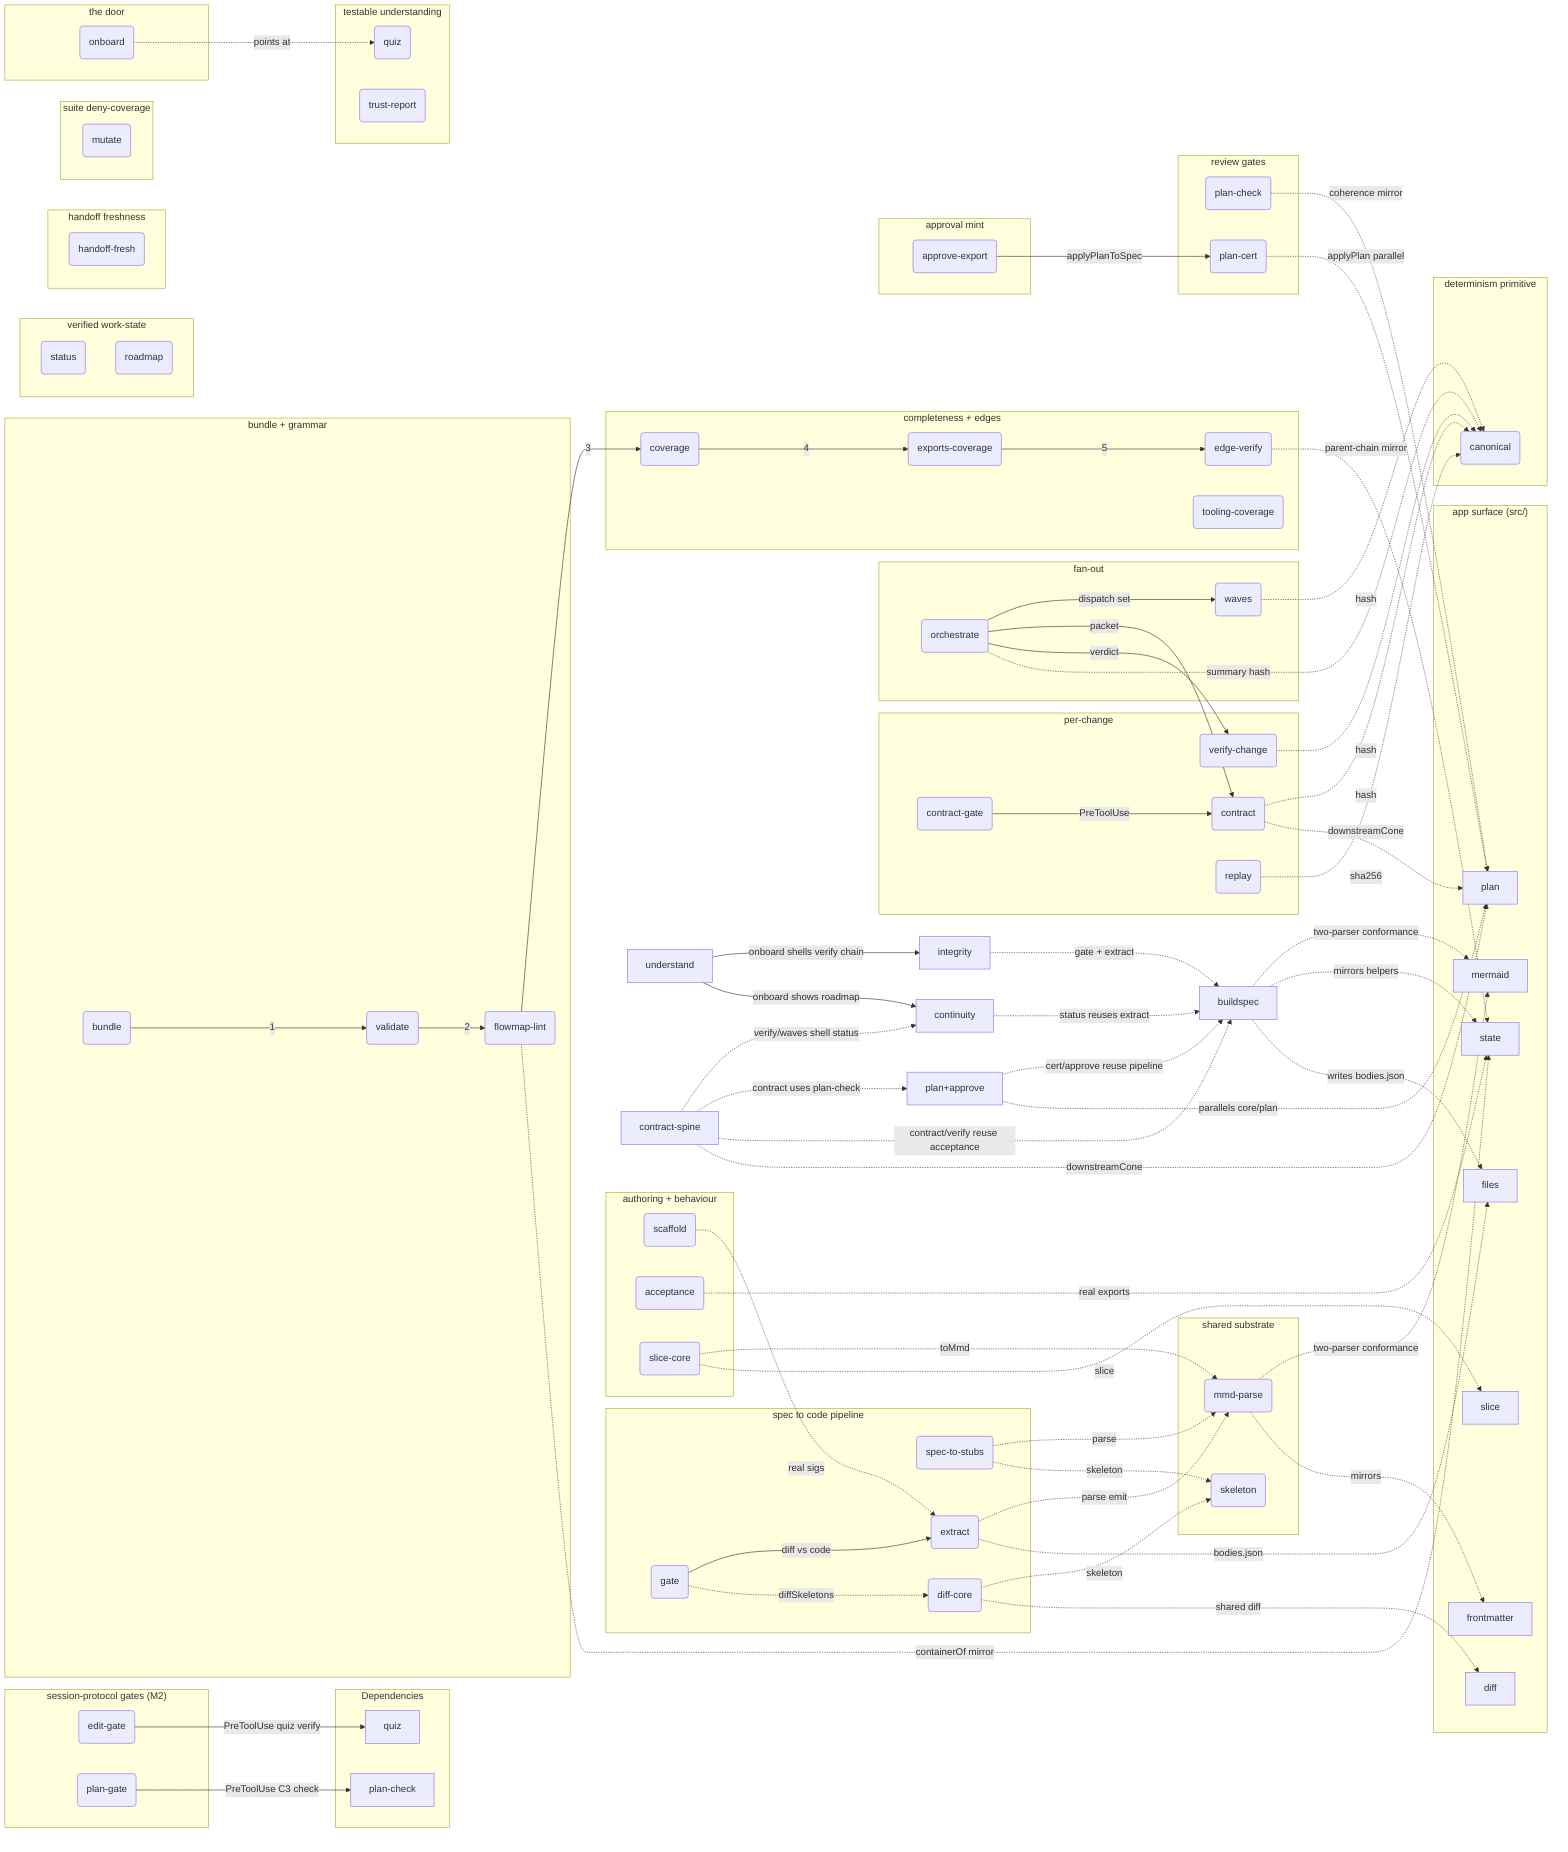
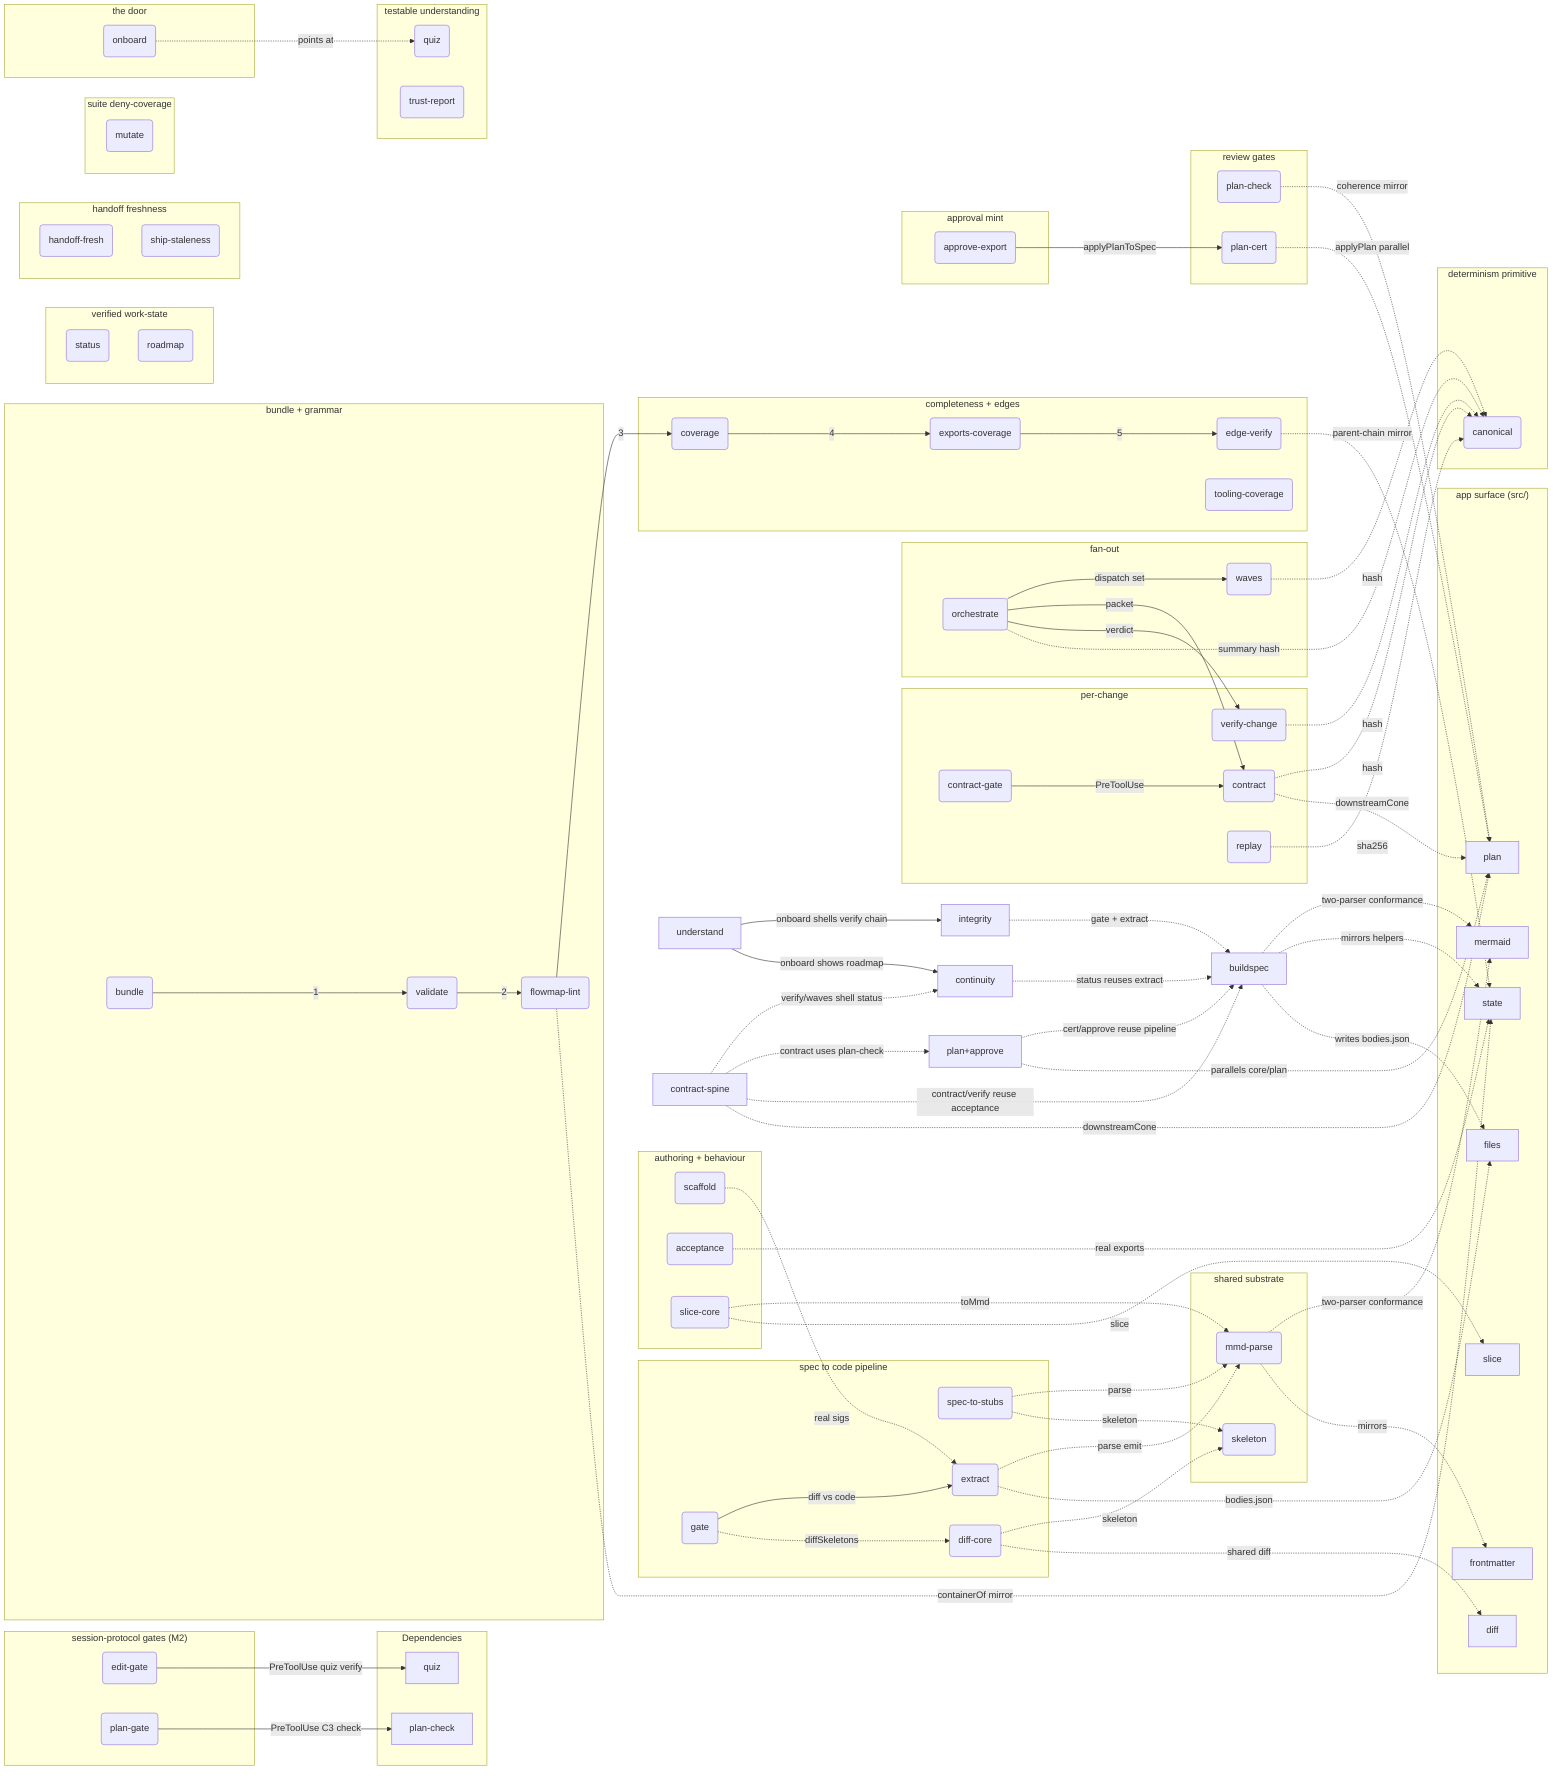
flowchart LR
%% AUTO-GENERATED BUNDLE — do not edit. Edit the per-folder fragments and re-bundle.
%% root flowmapBuildspec

%% fm:meta mermaid name=mermaid
%% fm:meta mermaid desc=app serializer/parser the tooling parser must agree with (two-parser conformance A3)
%% fm:meta frontmatter name=frontmatter
%% fm:meta frontmatter desc=app frontmatter model the tooling parser and skeleton mirror
%% fm:meta state name=state
%% fm:meta state desc=app model and geometry helpers the tooling mirrors and runs acceptance cases against
%% fm:meta files name=files
%% fm:meta files desc=app file IO that consumes the bodies.json the extractor writes
%% fm:meta diff name=diff
%% fm:meta diff desc=app semantic diff whose engine the tooling diff-core shares
%% fm:meta slice name=slice
%% fm:meta slice desc=app neighbourhood slice whose engine the tooling slice-core mirrors
%% fm:meta plan name=plan
%% fm:meta plan desc=app plan overlay model the tooling plan/cert/contract tools parallel and route into
%% fm:meta flowmapBuildspec__mmdParse name=mmd-parse
%% fm:meta flowmapBuildspec__mmdParse desc=zero-dep parser and serializer for the .mmd dialect every tool imports
%% fm:meta flowmapBuildspec__skeleton name=skeleton
%% fm:meta flowmapBuildspec__skeleton desc=canonical contract skeleton of a node plus all type normalization
%% fm:meta flowmapBuildspec__specToStubs name=spec-to-stubs
%% fm:meta flowmapBuildspec__specToStubs desc=step 1 emit TS stubs and contracts so interface drift becomes a tsc error
%% fm:meta flowmapBuildspec__extract name=extract
%% fm:meta flowmapBuildspec__extract desc=step 2 ts-morph walks src and re-serializes real code into a map plus bodies.json
%% fm:meta flowmapBuildspec__diffCore name=diff-core
%% fm:meta flowmapBuildspec__diffCore desc=pure structural diff between two skeleton maps categorizing every mismatch
%% fm:meta flowmapBuildspec__gate name=gate
%% fm:meta flowmapBuildspec__gate desc=step 3 diff committed spec against extracted code and exit non-zero on drift
%% fm:meta flowmapBuildspec__scaffold name=scaffold
%% fm:meta flowmapBuildspec__scaffold desc=author aid init backfill signatures and append plan nodes to fragments
%% fm:meta flowmapBuildspec__acceptance name=acceptance
%% fm:meta flowmapBuildspec__acceptance desc=Keystone 2 run behavioural cases against real src exports to prove correctness
%% fm:meta flowmapBuildspec__sliceCore name=slice-core
%% fm:meta flowmapBuildspec__sliceCore desc=pure model slicer reducing a parsed map to a seed node neighbourhood
%% fm:meta flowmapContinuity__status name=status
%% fm:meta flowmapContinuity__status desc=verified work-state compare a plan proposed signatures against live code built pending drifted missing
%% fm:meta flowmapContinuity__roadmap name=roadmap
%% fm:meta flowmapContinuity__roadmap desc=compute roadmap phase status from predicates and audit the no prose status ban
%% fm:meta flowmapContinuity__handoff name=handoff-fresh
%% fm:meta flowmapContinuity__handoff desc=detect when the handoff lags commits and falsify not yet committed prose claims
+ %% fm:meta flowmapContinuity__shipStaleness name=ship-staleness
+ %% fm:meta flowmapContinuity__shipStaleness desc=Stop hook block a session end while the shipped map lags src demanding flowmap ship
%% fm:meta flowmapContractSpine__canonical name=canonical
%% fm:meta flowmapContractSpine__canonical desc=the determinism primitive key sorted JSON and sha256 so equality is a hash compare
%% fm:meta flowmapContractSpine__contract name=contract
%% fm:meta flowmapContractSpine__contract desc=emit a byte deterministic per change packet by routing blast radius source and coherence
%% fm:meta flowmapContractSpine__contractGate name=contract-gate
%% fm:meta flowmapContractSpine__contractGate desc=PreToolUse hook deny a spawn carrying a contract sentinel unless the contract resolves clean
%% fm:meta flowmapContractSpine__editGate name=edit-gate
%% fm:meta flowmapContractSpine__editGate desc=PreToolUse hook deny a src edit unless a quiz pass verifies against the current map bytes
%% fm:meta flowmapContractSpine__planGate name=plan-gate
%% fm:meta flowmapContractSpine__planGate desc=PreToolUse hook deny ExitPlanMode while the named or in flight plan fails coherence
%% fm:meta flowmapContractSpine__verifyChange name=verify-change
%% fm:meta flowmapContractSpine__verifyChange desc=fold structural and behavioural results into a data only verdict strict refuses over trust
%% fm:meta flowmapContractSpine__replay name=replay
%% fm:meta flowmapContractSpine__replay desc=determinism harness run a command N times and assert one stdout hash
%% fm:meta flowmapContractSpine__waves name=waves
%% fm:meta flowmapContractSpine__waves desc=topological wave partition of unbuilt changes with cycle detection for parallel dispatch
%% fm:meta flowmapContractSpine__orchestrate name=orchestrate
%% fm:meta flowmapContractSpine__orchestrate desc=the driver waves to per change worktree plus contract to verdict to canonical summary
%% fm:meta flowmapIntegrity__bundle name=bundle
%% fm:meta flowmapIntegrity__bundle desc=merge root plus every fragment into one bundle namespacing private ids
%% fm:meta flowmapIntegrity__validate name=validate
%% fm:meta flowmapIntegrity__validate desc=grammar gate one header unique ids every reference resolves one kind per node
%% fm:meta flowmapIntegrity__lint name=flowmap-lint
%% fm:meta flowmapIntegrity__lint desc=architecture altitude gate fail on flat file-mirror or unsectioned loose bag
%% fm:meta flowmapIntegrity__coverage name=coverage
%% fm:meta flowmapIntegrity__coverage desc=file completeness guard every source file is represented or has a fragment
%% fm:meta flowmapIntegrity__exports name=exports-coverage
%% fm:meta flowmapIntegrity__exports desc=symbol completeness guard every exported symbol is a node or audited entry
%% fm:meta flowmapIntegrity__edges name=edge-verify
%% fm:meta flowmapIntegrity__edges desc=edge integrity guard every edge is import backed intra file or audited advisory
%% fm:meta flowmapIntegrity__toolingCoverage name=tooling-coverage
%% fm:meta flowmapIntegrity__toolingCoverage desc=completeness plus symbol truth guard for the tooling map itself
%% fm:meta flowmapIntegrity__mutate name=mutate
%% fm:meta flowmapIntegrity__mutate desc=mutation harness apply corpus defects in isolated HEAD worktrees and assert the suite reacts as the corpus expects
%% fm:meta flowmapPlanApprove__planCheck name=plan-check
%% fm:meta flowmapPlanApprove__planCheck desc=C3 authoring coherence real ids acyclic deps valid parents coherent accepted set
%% fm:meta flowmapPlanApprove__planCert name=plan-cert
%% fm:meta flowmapPlanApprove__planCert desc=C2 dry-run certificate apply the plan and run generate tsc extract gate as a delta
%% fm:meta flowmapPlanApprove__approve name=approve-export
%% fm:meta flowmapPlanApprove__approve desc=E1 mint write approved map contracts filtered plan and checklist
%% fm:meta flowmapUnderstand__onboard name=onboard
%% fm:meta flowmapUnderstand__onboard desc=the single verifiable door shell the verify chain emit invariants print quiz and roadmap
%% fm:meta flowmapUnderstand__quiz name=quiz
%% fm:meta flowmapUnderstand__quiz desc=Keystone 1 generate structural questions and score answers against live re-derived keys
%% fm:meta flowmapUnderstand__trust name=trust-report
%% fm:meta flowmapUnderstand__trust desc=tier every claim verified advisory or unverified so readers know what is enforced

%% kind flowmapBuildspec module
%% kind flowmapIntegrity module
%% kind flowmapUnderstand module
%% kind flowmapContinuity module
%% kind flowmapPlanApprove module
%% kind flowmapContractSpine module
%% kind mermaid module
%% kind frontmatter module
%% kind state module
%% kind files module
%% kind diff module
%% kind slice module
%% kind plan module
%% kind flowmapBuildspec__mmdParse module
%% kind flowmapBuildspec__skeleton module
%% kind flowmapBuildspec__specToStubs service
%% kind flowmapBuildspec__extract service
%% kind flowmapBuildspec__diffCore module
%% kind flowmapBuildspec__gate service
%% kind flowmapBuildspec__scaffold service
%% kind flowmapBuildspec__acceptance service
%% kind flowmapBuildspec__sliceCore module
%% kind flowmapContinuity__status service
%% kind flowmapContinuity__roadmap service
%% kind flowmapContinuity__handoff service
+ %% kind flowmapContinuity__shipStaleness service
%% kind flowmapContractSpine__canonical module
%% kind flowmapContractSpine__contract service
%% kind flowmapContractSpine__contractGate service
%% kind flowmapContractSpine__editGate service
%% kind flowmapContractSpine__planGate service
%% kind flowmapContractSpine__verifyChange service
%% kind flowmapContractSpine__replay service
%% kind flowmapContractSpine__waves service
%% kind flowmapContractSpine__orchestrate service
%% kind flowmapIntegrity__bundle service
%% kind flowmapIntegrity__validate service
%% kind flowmapIntegrity__lint service
%% kind flowmapIntegrity__coverage service
%% kind flowmapIntegrity__exports service
%% kind flowmapIntegrity__edges service
%% kind flowmapIntegrity__toolingCoverage service
%% kind flowmapIntegrity__mutate service
%% kind flowmapPlanApprove__planCheck service
%% kind flowmapPlanApprove__planCert service
%% kind flowmapPlanApprove__approve service
%% kind flowmapUnderstand__onboard service
%% kind flowmapUnderstand__quiz service
%% kind flowmapUnderstand__trust service
%% parent flowmapBuildspec__bs_substrate flowmapBuildspec
%% parent flowmapBuildspec__bs_pipeline flowmapBuildspec
%% parent flowmapBuildspec__bs_aids flowmapBuildspec
%% parent flowmapContinuity__co_state flowmapContinuity
%% parent flowmapContinuity__co_handoff flowmapContinuity
%% parent flowmapContractSpine__cs_prim flowmapContractSpine
%% parent flowmapContractSpine__cs_change flowmapContractSpine
%% parent flowmapContractSpine__cs_fanout flowmapContractSpine
%% parent flowmapContractSpine__cs_protocol flowmapContractSpine
%% parent flowmapIntegrity__in_build flowmapIntegrity
%% parent flowmapIntegrity__in_complete flowmapIntegrity
%% parent flowmapIntegrity__in_suite flowmapIntegrity
%% parent flowmapPlanApprove__pa_gates flowmapPlanApprove
%% parent flowmapPlanApprove__pa_mint flowmapPlanApprove
%% parent flowmapUnderstand__un_door flowmapUnderstand
%% parent flowmapUnderstand__un_prove flowmapUnderstand
%% src flowmapBuildspec__mmdParse tools/buildspec/mmd-parse.mjs#parseMmd
%% src flowmapBuildspec__skeleton tools/buildspec/skeleton.mjs#specSkeleton
%% src flowmapBuildspec__specToStubs tools/buildspec/spec-to-stubs.mjs#generate
%% src flowmapBuildspec__extract tools/buildspec/extract.mjs#extract
%% src flowmapBuildspec__diffCore tools/buildspec/diff-core.mjs#diffSkeletons
%% src flowmapBuildspec__gate tools/buildspec/gate.mjs
%% src flowmapBuildspec__scaffold tools/buildspec/scaffold.mjs#addFromPlan
%% src flowmapBuildspec__acceptance tools/buildspec/acceptance.mjs#runAcceptance
%% src flowmapBuildspec__sliceCore tools/buildspec/slice-core.mjs#sliceModel
%% src flowmapContinuity__status tools/flowmap/status.mjs
%% src flowmapContinuity__roadmap tools/flowmap/roadmap.mjs
%% src flowmapContinuity__handoff tools/flowmap/handoff-fresh.mjs#checkContentClaims
+ %% src flowmapContinuity__shipStaleness tools/flowmap/ship-staleness.mjs
%% src flowmapContractSpine__canonical tools/flowmap/lib/canonical.mjs#canonicalize
%% src flowmapContractSpine__contract tools/flowmap/contract.mjs
%% src flowmapContractSpine__contractGate tools/flowmap/contract-gate.mjs
%% src flowmapContractSpine__editGate tools/flowmap/edit-gate.mjs
%% src flowmapContractSpine__planGate tools/flowmap/plan-gate.mjs
%% src flowmapContractSpine__verifyChange tools/flowmap/verify-change.mjs
%% src flowmapContractSpine__replay tools/flowmap/replay.mjs
%% src flowmapContractSpine__waves tools/flowmap/waves.mjs
%% src flowmapContractSpine__orchestrate tools/flowmap/orchestrate.mjs
%% src flowmapIntegrity__bundle tools/flowmap/bundle.mjs
%% src flowmapIntegrity__validate tools/flowmap/validate.mjs
%% src flowmapIntegrity__lint tools/flowmap/flowmap-lint.mjs#lint
%% src flowmapIntegrity__coverage tools/flowmap/coverage.mjs
%% src flowmapIntegrity__exports tools/flowmap/exports-coverage.mjs
%% src flowmapIntegrity__edges tools/flowmap/edge-verify.mjs#verifyEdges
%% src flowmapIntegrity__toolingCoverage tools/flowmap/tooling-coverage.mjs
%% src flowmapIntegrity__mutate tools/flowmap/mutate.mjs
%% src flowmapPlanApprove__planCheck tools/flowmap/plan-check.mjs#checkPlan
%% src flowmapPlanApprove__planCert tools/flowmap/plan-cert.mjs#certifyPlan
%% src flowmapPlanApprove__approve tools/flowmap/approve-export.mjs#approveExport
%% src flowmapUnderstand__onboard tools/flowmap/onboard.mjs
%% src flowmapUnderstand__quiz tools/flowmap/quiz.mjs
%% src flowmapUnderstand__trust tools/flowmap/trust-report.mjs

  flowmapBuildspec["buildspec"]
  flowmapIntegrity["integrity"]
  flowmapUnderstand["understand"]
  flowmapContinuity["continuity"]
  flowmapPlanApprove["plan+approve"]
  flowmapContractSpine["contract-spine"]
  subgraph AppSurface ["app surface (src/)"]
    mermaid["mermaid"]
    frontmatter["frontmatter"]
    state["state"]
    files["files"]
    diff["diff"]
    slice["slice"]
    plan["plan"]
  end
  %% ---- subsystem-level flow (the loop) ----
  %% ---- tooling -> app surface (the blast radius) ----

  subgraph flowmapBuildspec__bs_substrate ["shared substrate"]
    flowmapBuildspec__mmdParse("mmd-parse")
    flowmapBuildspec__skeleton("skeleton")
  end
  subgraph flowmapBuildspec__bs_pipeline ["spec to code pipeline"]
    flowmapBuildspec__specToStubs("spec-to-stubs")
    flowmapBuildspec__extract("extract")
    flowmapBuildspec__gate("gate")
    flowmapBuildspec__diffCore("diff-core")
  end
  subgraph flowmapBuildspec__bs_aids ["authoring + behaviour"]
    flowmapBuildspec__scaffold("scaffold")
    flowmapBuildspec__acceptance("acceptance")
    flowmapBuildspec__sliceCore("slice-core")
  end

  subgraph flowmapContinuity__co_state ["verified work-state"]
    flowmapContinuity__status("status")
    flowmapContinuity__roadmap("roadmap")
  end
  subgraph flowmapContinuity__co_handoff ["handoff freshness"]
    flowmapContinuity__handoff("handoff-fresh")
+     flowmapContinuity__shipStaleness("ship-staleness")
  end

  subgraph flowmapContractSpine__cs_prim ["determinism primitive"]
    flowmapContractSpine__canonical("canonical")
  end
  subgraph flowmapContractSpine__cs_change ["per-change"]
    flowmapContractSpine__contract("contract")
    flowmapContractSpine__contractGate("contract-gate")
    flowmapContractSpine__verifyChange("verify-change")
    flowmapContractSpine__replay("replay")
  end
  subgraph flowmapContractSpine__cs_fanout ["fan-out"]
    flowmapContractSpine__waves("waves")
    flowmapContractSpine__orchestrate("orchestrate")
  end
  subgraph flowmapContractSpine__cs_protocol ["session-protocol gates (M2)"]
    flowmapContractSpine__editGate("edit-gate")
    flowmapContractSpine__planGate("plan-gate")
  end
  subgraph flowmapContractSpine__Deps ["Dependencies"]
    flowmapContractSpine__quiz["quiz"]
    flowmapContractSpine__planCheck["plan-check"]
  end

  subgraph flowmapIntegrity__in_build ["bundle + grammar"]
    flowmapIntegrity__bundle("bundle")
    flowmapIntegrity__validate("validate")
    flowmapIntegrity__lint("flowmap-lint")
  end
  subgraph flowmapIntegrity__in_complete ["completeness + edges"]
    flowmapIntegrity__coverage("coverage")
    flowmapIntegrity__exports("exports-coverage")
    flowmapIntegrity__edges("edge-verify")
    flowmapIntegrity__toolingCoverage("tooling-coverage")
  end
  subgraph flowmapIntegrity__in_suite ["suite deny-coverage"]
    flowmapIntegrity__mutate("mutate")
  end

  subgraph flowmapPlanApprove__pa_gates ["review gates"]
    flowmapPlanApprove__planCheck("plan-check")
    flowmapPlanApprove__planCert("plan-cert")
  end
  subgraph flowmapPlanApprove__pa_mint ["approval mint"]
    flowmapPlanApprove__approve("approve-export")
  end

  subgraph flowmapUnderstand__un_door ["the door"]
    flowmapUnderstand__onboard("onboard")
  end
  subgraph flowmapUnderstand__un_prove ["testable understanding"]
    flowmapUnderstand__quiz("quiz")
    flowmapUnderstand__trust("trust-report")
  end

  flowmapUnderstand -->|onboard shells verify chain| flowmapIntegrity
  flowmapUnderstand -->|onboard shows roadmap| flowmapContinuity
  flowmapIntegrity -.->|gate + extract| flowmapBuildspec
  flowmapContinuity -.->|status reuses extract| flowmapBuildspec
  flowmapPlanApprove -.->|cert/approve reuse pipeline| flowmapBuildspec
  flowmapContractSpine -.->|verify/waves shell status| flowmapContinuity
  flowmapContractSpine -.->|contract uses plan-check| flowmapPlanApprove
  flowmapContractSpine -.->|contract/verify reuse acceptance| flowmapBuildspec
  flowmapBuildspec -.->|two-parser conformance| mermaid
  flowmapBuildspec -.->|mirrors helpers| state
  flowmapBuildspec -.->|writes bodies.json| files
  flowmapPlanApprove -.->|parallels core/plan| plan
  flowmapContractSpine -.->|downstreamCone| plan
  flowmapBuildspec__gate -->|diff vs code| flowmapBuildspec__extract
  flowmapBuildspec__gate -.->|diffSkeletons| flowmapBuildspec__diffCore
  flowmapBuildspec__diffCore -.->|skeleton| flowmapBuildspec__skeleton
  flowmapBuildspec__extract -.->|parse emit| flowmapBuildspec__mmdParse
  flowmapBuildspec__specToStubs -.->|parse| flowmapBuildspec__mmdParse
  flowmapBuildspec__specToStubs -.->|skeleton| flowmapBuildspec__skeleton
  flowmapBuildspec__scaffold -.->|real sigs| flowmapBuildspec__extract
  flowmapBuildspec__sliceCore -.->|toMmd| flowmapBuildspec__mmdParse
  flowmapBuildspec__mmdParse -.->|two-parser conformance| mermaid
  flowmapBuildspec__mmdParse -.->|mirrors| frontmatter
  flowmapBuildspec__extract -.->|bodies.json| files
  flowmapBuildspec__acceptance -.->|real exports| state
  flowmapBuildspec__diffCore -.->|shared diff| diff
  flowmapBuildspec__sliceCore -.->|slice| slice
  flowmapContractSpine__contractGate -->|PreToolUse| flowmapContractSpine__contract
  flowmapContractSpine__editGate -->|PreToolUse quiz verify| flowmapContractSpine__quiz
  flowmapContractSpine__planGate -->|PreToolUse C3 check| flowmapContractSpine__planCheck
  flowmapContractSpine__orchestrate -->|dispatch set| flowmapContractSpine__waves
  flowmapContractSpine__orchestrate -->|packet| flowmapContractSpine__contract
  flowmapContractSpine__orchestrate -->|verdict| flowmapContractSpine__verifyChange
  flowmapContractSpine__contract -.->|hash| flowmapContractSpine__canonical
  flowmapContractSpine__verifyChange -.->|hash| flowmapContractSpine__canonical
  flowmapContractSpine__replay -.->|sha256| flowmapContractSpine__canonical
  flowmapContractSpine__waves -.->|hash| flowmapContractSpine__canonical
  flowmapContractSpine__orchestrate -.->|summary hash| flowmapContractSpine__canonical
  flowmapContractSpine__contract -.->|downstreamCone| plan
  flowmapIntegrity__bundle -->|1| flowmapIntegrity__validate
  flowmapIntegrity__validate -->|2| flowmapIntegrity__lint
  flowmapIntegrity__lint -->|3| flowmapIntegrity__coverage
  flowmapIntegrity__coverage -->|4| flowmapIntegrity__exports
  flowmapIntegrity__exports -->|5| flowmapIntegrity__edges
  flowmapIntegrity__lint -.->|containerOf mirror| state
  flowmapIntegrity__edges -.->|parent-chain mirror| state
  flowmapPlanApprove__approve -->|applyPlanToSpec| flowmapPlanApprove__planCert
  flowmapPlanApprove__planCheck -.->|coherence mirror| plan
  flowmapPlanApprove__planCert -.->|applyPlan parallel| plan
  flowmapUnderstand__onboard -.->|points at| flowmapUnderstand__quiz
